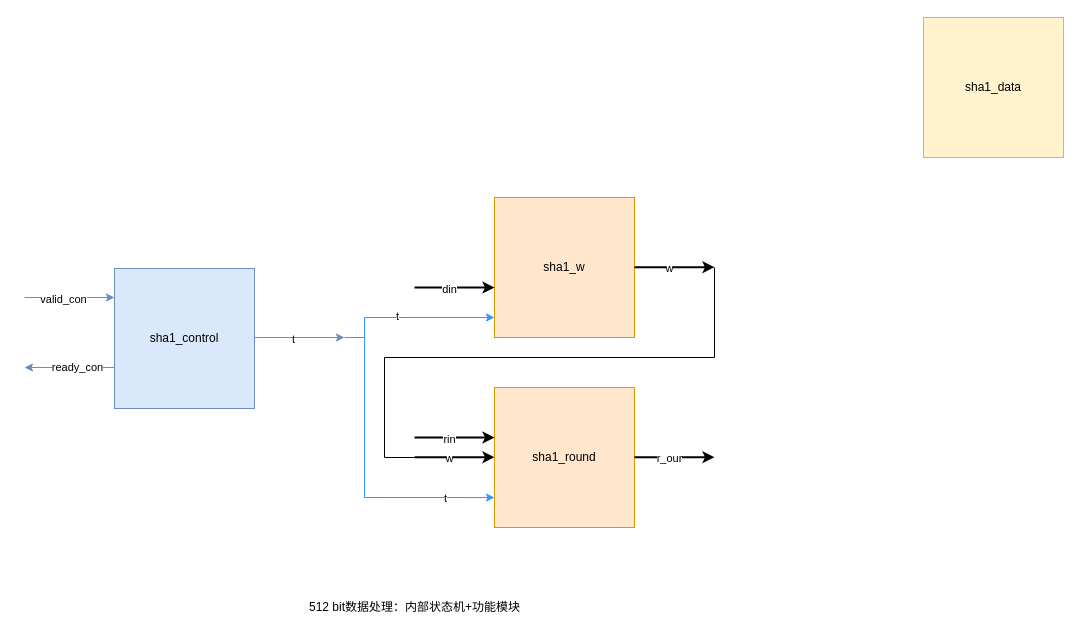
ZPNMiaoHeng/drawioFolder keeps this draw.io diagram as SHA1.drawio. Above is the earlier version. Source tidied: cells renumbered, new cells numbered last; positions are measured from the earlier drawing's top-left corner, leaving out a move shared by most shapes. Both pictures are drawn from the tidied source at 100%, with x=0, y=0 at pixel (24, 17).
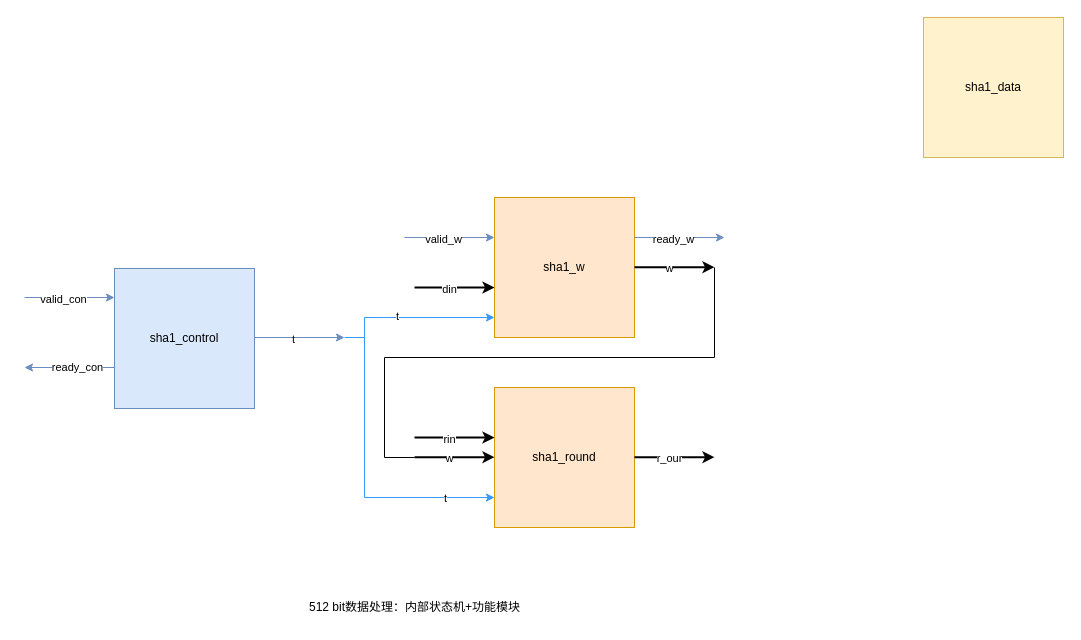
Above is the later version.

What changed in the source:
```diff
@@
+    <mxCell id="28" style="endArrow=classic;html=1;rounded=0;strokeWidth=1;fillColor=#dae8fc;strokeColor=#6c8ebf;" parent="1" edge="1">
+      <mxGeometry relative="1" as="geometry">
+        <mxPoint x="380" y="220" as="sourcePoint" />
+        <mxPoint x="470" y="220" as="targetPoint" />
+      </mxGeometry>
+    </mxCell>
+    <mxCell id="29" value="valid_w" style="edgeLabel;html=1;align=center;verticalAlign=middle;" parent="28" vertex="1">
+      <mxGeometry x="-0.15" y="-1" relative="1" as="geometry" />
+    </mxCell>
+    <mxCell id="30" style="endArrow=classic;html=1;rounded=0;strokeWidth=1;fillColor=#dae8fc;strokeColor=#6c8ebf;exitX=1;exitY=0.707;exitDx=0;exitDy=0;exitPerimeter=0;" parent="1" edge="1">
+      <mxGeometry relative="1" as="geometry">
+        <mxPoint x="610" y="220" as="sourcePoint" />
+        <mxPoint x="700" y="220" as="targetPoint" />
+      </mxGeometry>
+    </mxCell>
+    <mxCell id="31" value="ready_w" style="edgeLabel;html=1;align=center;verticalAlign=middle;" parent="30" vertex="1">
+      <mxGeometry x="-0.15" y="-1" relative="1" as="geometry" />
+    </mxCell>
```
